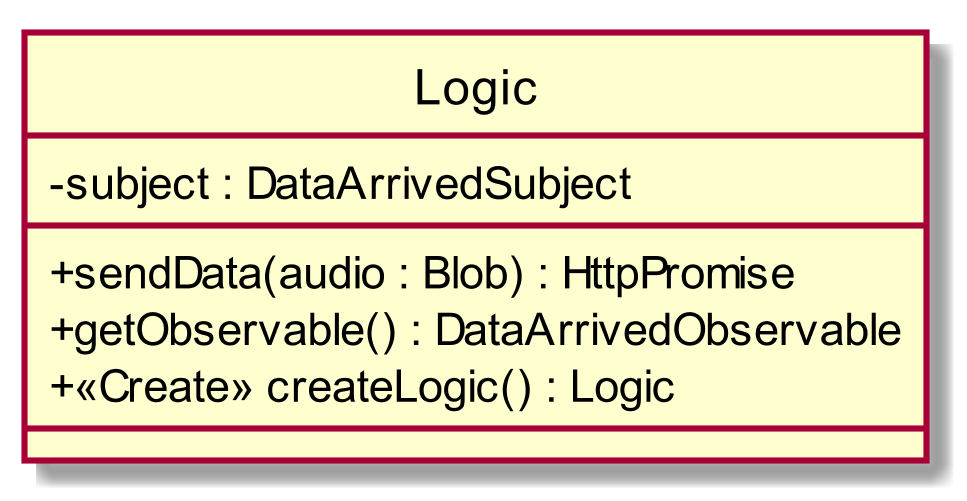
Before: RQ/Esterni/DefinizioneDiProdotto/images/ClassLogic.png, a diagram exported from PlantUML (CoCodeSWE/Docs).
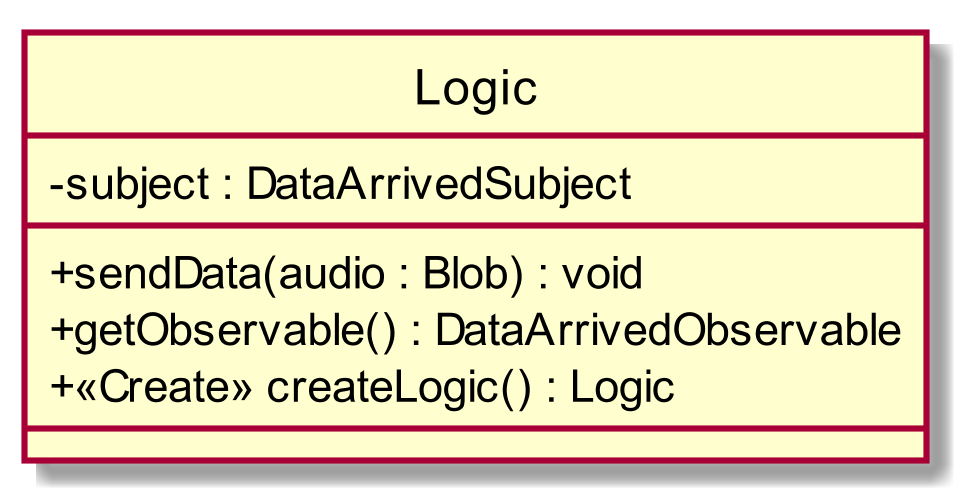
The same diagram one commit later.

Change to the diagram source:
```diff
@@ -4,7 +4,7 @@
 class Logic{
 - subject : DataArrivedSubject
 __
-+ sendData(audio : Blob) : HttpPromise
++ sendData(audio : Blob) : void
 + getObservable() : DataArrivedObservable
 + <<Create>> createLogic() : Logic
 __
```
